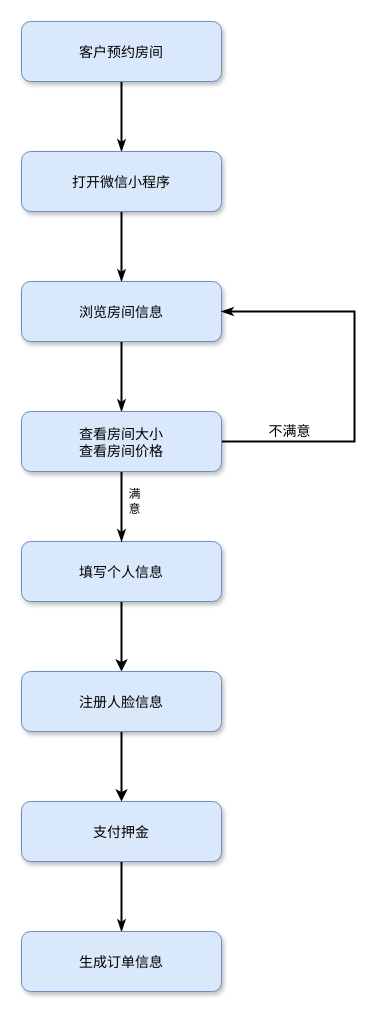
AndSonder/smart-hotel-database keeps this draw.io diagram as docs/src/客户预订.drawio. Above is the earlier version. Source tidied: cells renumbered, new cells numbered last; positions are measured from the earlier drawing's top-left corner, leaving out a move shared by most shapes. Both pictures are drawn from the tidied source at 100%, with x=0, y=0 at pixel (21, 21).
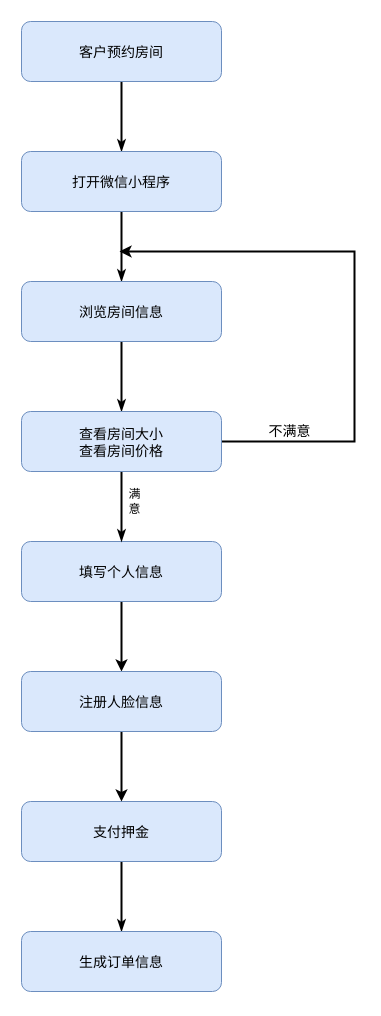
Above is the later version.

Diff of the diagram source:
```diff
@@
-    <mxCell id="2" style="edgeStyle=none;rounded=0;jettySize=auto;html=1;exitX=0.5;exitY=1;exitDx=0;exitDy=0;startArrow=none;startFill=0;endArrow=classicThin;endFill=1;strokeColor=#000000;strokeWidth=2;" parent="1" edge="1" source="3" target="5">
+    <mxCell id="2" style="edgeStyle=none;rounded=0;jettySize=auto;html=1;exitX=0.5;exitY=1;exitDx=0;exitDy=0;startArrow=none;startFill=0;endArrow=classicThin;endFill=1;strokeColor=#000000;strokeWidth=2;shadow=0;" parent="1" edge="1" source="3" target="5">
       <mxGeometry relative="1" as="geometry" />
     </mxCell>
-    <mxCell id="3" value="客户预约房间" style="rounded=1;fillColor=#dae8fc;strokeColor=#6c8ebf;shadow=1;fontStyle=0;fontSize=14;" parent="1" vertex="1">
+    <mxCell id="3" value="客户预约房间" style="rounded=1;fillColor=#dae8fc;strokeColor=#6c8ebf;shadow=0;fontStyle=0;fontSize=14;" parent="1" vertex="1">
       <mxGeometry width="200" height="60" as="geometry" />
     </mxCell>
-    <mxCell id="4" style="edgeStyle=none;rounded=0;jettySize=auto;html=1;exitX=0.5;exitY=1;exitDx=0;exitDy=0;startArrow=none;startFill=0;endArrow=classicThin;endFill=1;strokeColor=#000000;strokeWidth=2;" parent="1" edge="1" source="5" target="7">
+    <mxCell id="4" style="edgeStyle=none;rounded=0;jettySize=auto;html=1;exitX=0.5;exitY=1;exitDx=0;exitDy=0;startArrow=none;startFill=0;endArrow=classicThin;endFill=1;strokeColor=#000000;strokeWidth=2;shadow=0;" parent="1" edge="1" source="5" target="7">
       <mxGeometry relative="1" as="geometry" />
     </mxCell>
-    <mxCell id="5" value="打开微信小程序" style="rounded=1;fillColor=#dae8fc;strokeColor=#6c8ebf;shadow=1;fontStyle=0;fontSize=14;" parent="1" vertex="1">
+    <mxCell id="5" value="打开微信小程序" style="rounded=1;fillColor=#dae8fc;strokeColor=#6c8ebf;shadow=0;fontStyle=0;fontSize=14;" parent="1" vertex="1">
       <mxGeometry y="130" width="200" height="60" as="geometry" />
     </mxCell>
-    <mxCell id="6" style="edgeStyle=orthogonalEdgeStyle;rounded=0;jettySize=auto;html=1;exitX=0.5;exitY=1;exitDx=0;exitDy=0;entryX=0.5;entryY=0;entryDx=0;entryDy=0;startArrow=none;startFill=0;endArrow=classicThin;endFill=1;strokeColor=#000000;strokeWidth=2;" parent="1" edge="1" source="7" target="15">
+    <mxCell id="6" style="edgeStyle=orthogonalEdgeStyle;rounded=0;jettySize=auto;html=1;exitX=0.5;exitY=1;exitDx=0;exitDy=0;entryX=0.5;entryY=0;entryDx=0;entryDy=0;startArrow=none;startFill=0;endArrow=classicThin;endFill=1;strokeColor=#000000;strokeWidth=2;shadow=0;" parent="1" edge="1" source="7" target="15">
       <mxGeometry relative="1" as="geometry" />
     </mxCell>
-    <mxCell id="7" value="浏览房间信息" style="rounded=1;fillColor=#dae8fc;strokeColor=#6c8ebf;shadow=1;fontStyle=0;fontSize=14;" parent="1" vertex="1">
+    <mxCell id="7" value="浏览房间信息" style="rounded=1;fillColor=#dae8fc;strokeColor=#6c8ebf;shadow=0;fontStyle=0;fontSize=14;" parent="1" vertex="1">
       <mxGeometry y="260" width="200" height="60" as="geometry" />
     </mxCell>
-    <mxCell id="8" style="edgeStyle=orthogonalEdgeStyle;rounded=0;jettySize=auto;html=1;exitX=0.5;exitY=1;exitDx=0;exitDy=0;strokeWidth=2;" parent="1" edge="1" source="9" target="19">
+    <mxCell id="8" style="edgeStyle=orthogonalEdgeStyle;rounded=0;jettySize=auto;html=1;exitX=0.5;exitY=1;exitDx=0;exitDy=0;strokeWidth=2;shadow=0;" parent="1" edge="1" source="9" target="19">
       <mxGeometry relative="1" as="geometry" />
     </mxCell>
-    <mxCell id="9" value="填写个人信息" style="rounded=1;fillColor=#dae8fc;strokeColor=#6c8ebf;shadow=1;fontStyle=0;fontSize=14;" parent="1" vertex="1">
+    <mxCell id="9" value="填写个人信息" style="rounded=1;fillColor=#dae8fc;strokeColor=#6c8ebf;shadow=0;fontStyle=0;fontSize=14;" parent="1" vertex="1">
       <mxGeometry y="520" width="200" height="60" as="geometry" />
     </mxCell>
-    <mxCell id="10" style="edgeStyle=orthogonalEdgeStyle;rounded=0;jettySize=auto;html=1;exitX=0.5;exitY=1;exitDx=0;exitDy=0;startArrow=none;startFill=0;endArrow=classicThin;endFill=1;strokeColor=#000000;strokeWidth=2;" parent="1" edge="1" source="11" target="12">
+    <mxCell id="10" style="edgeStyle=orthogonalEdgeStyle;rounded=0;jettySize=auto;html=1;exitX=0.5;exitY=1;exitDx=0;exitDy=0;startArrow=none;startFill=0;endArrow=classicThin;endFill=1;strokeColor=#000000;strokeWidth=2;shadow=0;" parent="1" edge="1" source="11" target="12">
       <mxGeometry relative="1" as="geometry" />
     </mxCell>
-    <mxCell id="11" value="支付押金" style="rounded=1;fillColor=#dae8fc;strokeColor=#6c8ebf;shadow=1;fontStyle=0;fontSize=14;" parent="1" vertex="1">
+    <mxCell id="11" value="支付押金" style="rounded=1;fillColor=#dae8fc;strokeColor=#6c8ebf;shadow=0;fontStyle=0;fontSize=14;" parent="1" vertex="1">
       <mxGeometry y="780" width="200" height="60" as="geometry" />
     </mxCell>
-    <mxCell id="12" value="生成订单信息" style="rounded=1;fillColor=#dae8fc;strokeColor=#6c8ebf;shadow=1;fontStyle=0;fontSize=14;" parent="1" vertex="1">
+    <mxCell id="12" value="生成订单信息" style="rounded=1;fillColor=#dae8fc;strokeColor=#6c8ebf;shadow=0;fontStyle=0;fontSize=14;" parent="1" vertex="1">
       <mxGeometry y="910" width="200" height="60" as="geometry" />
     </mxCell>
-    <mxCell id="13" style="edgeStyle=orthogonalEdgeStyle;rounded=0;jettySize=auto;html=1;exitX=0.5;exitY=1;exitDx=0;exitDy=0;startArrow=none;startFill=0;endArrow=classicThin;endFill=1;strokeColor=#000000;strokeWidth=2;" parent="1" edge="1" source="15" target="9">
+    <mxCell id="13" style="edgeStyle=orthogonalEdgeStyle;rounded=0;jettySize=auto;html=1;exitX=0.5;exitY=1;exitDx=0;exitDy=0;startArrow=none;startFill=0;endArrow=classicThin;endFill=1;strokeColor=#000000;strokeWidth=2;shadow=0;" parent="1" edge="1" source="15" target="9">
       <mxGeometry relative="1" as="geometry" />
     </mxCell>
-    <mxCell id="14" style="edgeStyle=orthogonalEdgeStyle;rounded=0;jettySize=auto;html=1;exitX=1;exitY=0.5;exitDx=0;exitDy=0;entryX=1;entryY=0.5;entryDx=0;entryDy=0;startArrow=none;startFill=0;endArrow=classicThin;endFill=1;strokeColor=#000000;strokeWidth=2;" parent="1" edge="1" source="15" target="7">
-      <mxGeometry relative="1" as="geometry">
-        <Array as="points">
-          <mxPoint x="333" y="420" />
-          <mxPoint x="333" y="290" />
-        </Array>
-      </mxGeometry>
-    </mxCell>
+    <mxCell id="20" style="edgeStyle=elbowEdgeStyle;rounded=0;jettySize=auto;html=1;exitX=1;exitY=0.5;exitDx=0;exitDy=0;entryX=1;entryY=0.5;entryDx=0;entryDy=0;shadow=0;strokeWidth=2;" parent="1" edge="1" source="15">
+      <mxGeometry relative="1" as="geometry">
+        <mxPoint x="98" y="230" as="targetPoint" />
+        <Array as="points">
+          <mxPoint x="333" y="320" />
+          <mxPoint x="343" y="320" />
+          <mxPoint x="363" y="320" />
+          <mxPoint x="213" y="330" />
+        </Array>
+      </mxGeometry>
+    </mxCell>
-    <mxCell id="15" value="查看房间大小&#10;查看房间价格" style="rounded=1;fillColor=#dae8fc;strokeColor=#6c8ebf;shadow=1;fontStyle=0;fontSize=14;" parent="1" vertex="1">
+    <mxCell id="15" value="查看房间大小&#10;查看房间价格" style="rounded=1;fillColor=#dae8fc;strokeColor=#6c8ebf;shadow=0;fontStyle=0;fontSize=14;" parent="1" vertex="1">
       <mxGeometry y="390" width="200" height="60" as="geometry" />
     </mxCell>
-    <mxCell id="16" value="&lt;font style=&quot;font-size: 14px&quot;&gt;不满意&lt;/font&gt;" style="text;html=1;align=center;verticalAlign=middle;strokeColor=none;" parent="1" vertex="1">
+    <mxCell id="16" value="&lt;font style=&quot;font-size: 14px&quot;&gt;不满意&lt;/font&gt;" style="text;html=1;align=center;verticalAlign=middle;strokeColor=none;shadow=0;" parent="1" vertex="1">
       <mxGeometry x="238" y="400" width="60" height="20" as="geometry" />
     </mxCell>
-    <mxCell id="17" value="满&lt;br style=&quot;font-size: 14px&quot;&gt;意" style="text;html=1;align=center;verticalAlign=middle;strokeColor=none;" parent="1" vertex="1">
+    <mxCell id="17" value="满&lt;br style=&quot;font-size: 14px&quot;&gt;意" style="text;html=1;align=center;verticalAlign=middle;strokeColor=none;shadow=0;" parent="1" vertex="1">
       <mxGeometry x="98" y="465" width="30" height="30" as="geometry" />
     </mxCell>
-    <mxCell id="18" style="edgeStyle=orthogonalEdgeStyle;rounded=0;jettySize=auto;html=1;exitX=0.5;exitY=1;exitDx=0;exitDy=0;strokeWidth=2;" parent="1" edge="1" source="19" target="11">
+    <mxCell id="18" style="edgeStyle=orthogonalEdgeStyle;rounded=0;jettySize=auto;html=1;exitX=0.5;exitY=1;exitDx=0;exitDy=0;strokeWidth=2;shadow=0;" parent="1" edge="1" source="19" target="11">
       <mxGeometry relative="1" as="geometry" />
     </mxCell>
-    <mxCell id="19" value="注册人脸信息" style="rounded=1;fillColor=#dae8fc;strokeColor=#6c8ebf;shadow=1;fontStyle=0;fontSize=14;" parent="1" vertex="1">
+    <mxCell id="19" value="注册人脸信息" style="rounded=1;fillColor=#dae8fc;strokeColor=#6c8ebf;shadow=0;fontStyle=0;fontSize=14;" parent="1" vertex="1">
       <mxGeometry y="650" width="200" height="60" as="geometry" />
     </mxCell>
```
